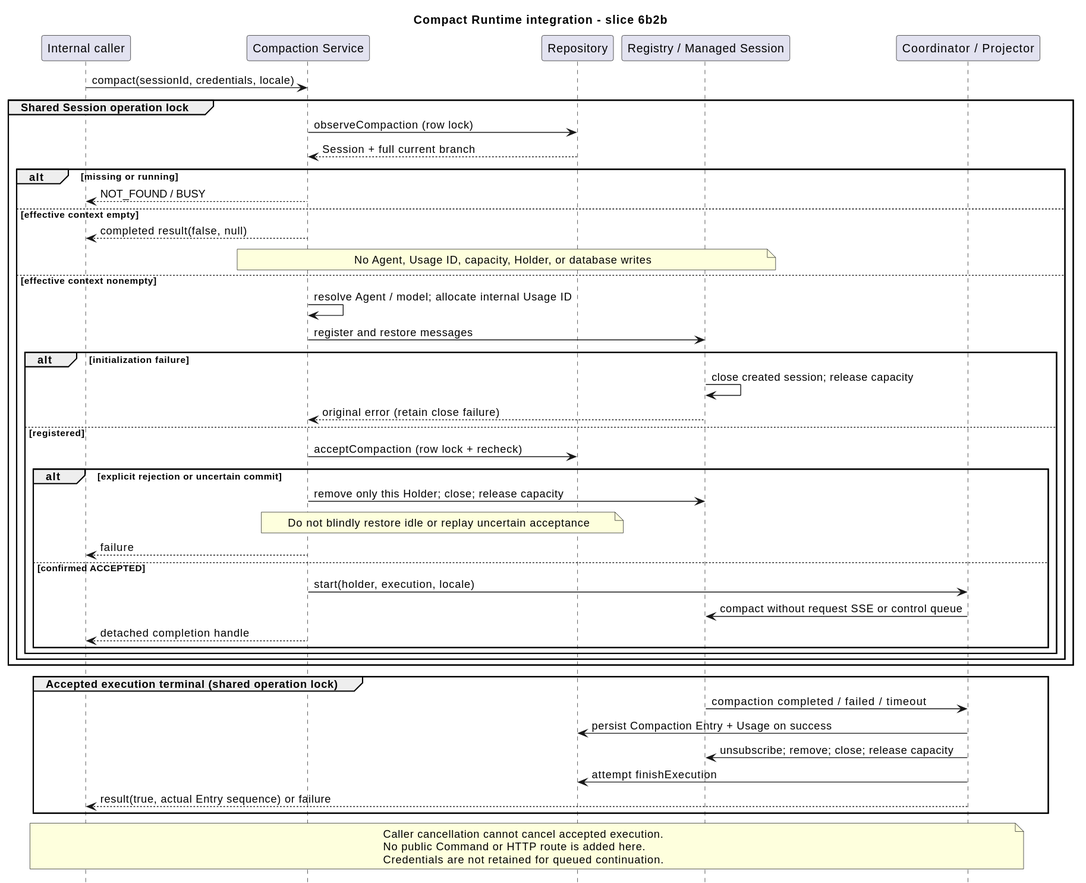
Before: docs/designs/compact-runtime-integration/compact_runtime_integration.svg, a diagram exported from PlantUML (2862282695gjh-afk/pi-mono-java).
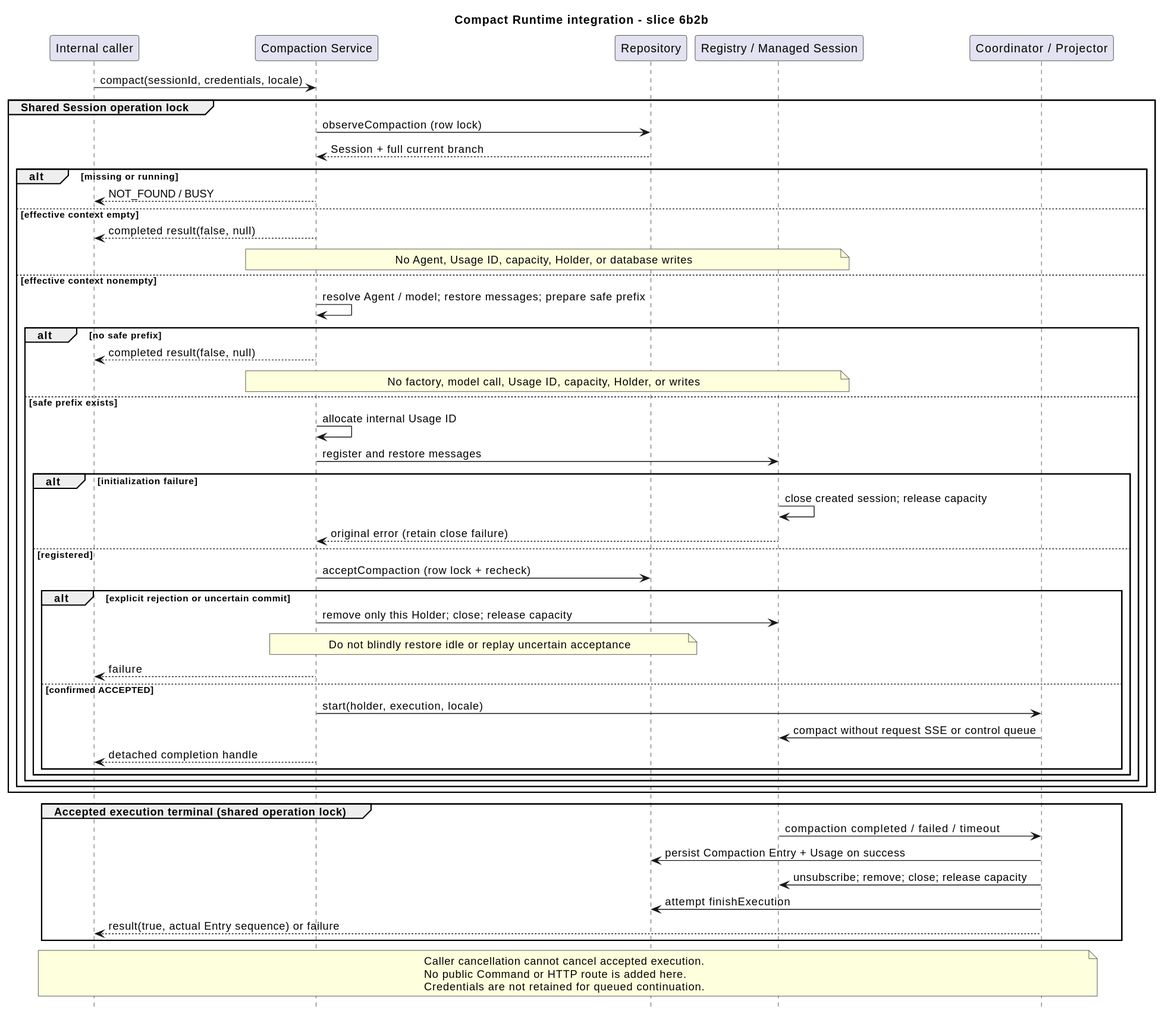
After the change.

Commit message:
fix(runtime): 修复短历史压缩报错和工具结构展示错位

Change to the diagram source:
```diff
@@ -16,7 +16,12 @@
     Service --> Caller : completed result(false, null)
     note over Service, Registry : No Agent, Usage ID, capacity, Holder, or database writes
   else effective context nonempty
-    Service -> Service : resolve Agent / model; allocate internal Usage ID
+    Service -> Service : resolve Agent / model; restore messages; prepare safe prefix
+    alt no safe prefix
+      Service --> Caller : completed result(false, null)
+      note over Service, Registry : No factory, model call, Usage ID, capacity, Holder, or writes
+    else safe prefix exists
+    Service -> Service : allocate internal Usage ID
     Service -> Registry : register and restore messages
     alt initialization failure
       Registry -> Registry : close created session; release capacity
@@ -33,6 +38,7 @@
         Service --> Caller : detached completion handle
       end
     end
+    end
   end
 end
 group Accepted execution terminal (shared operation lock)
```
